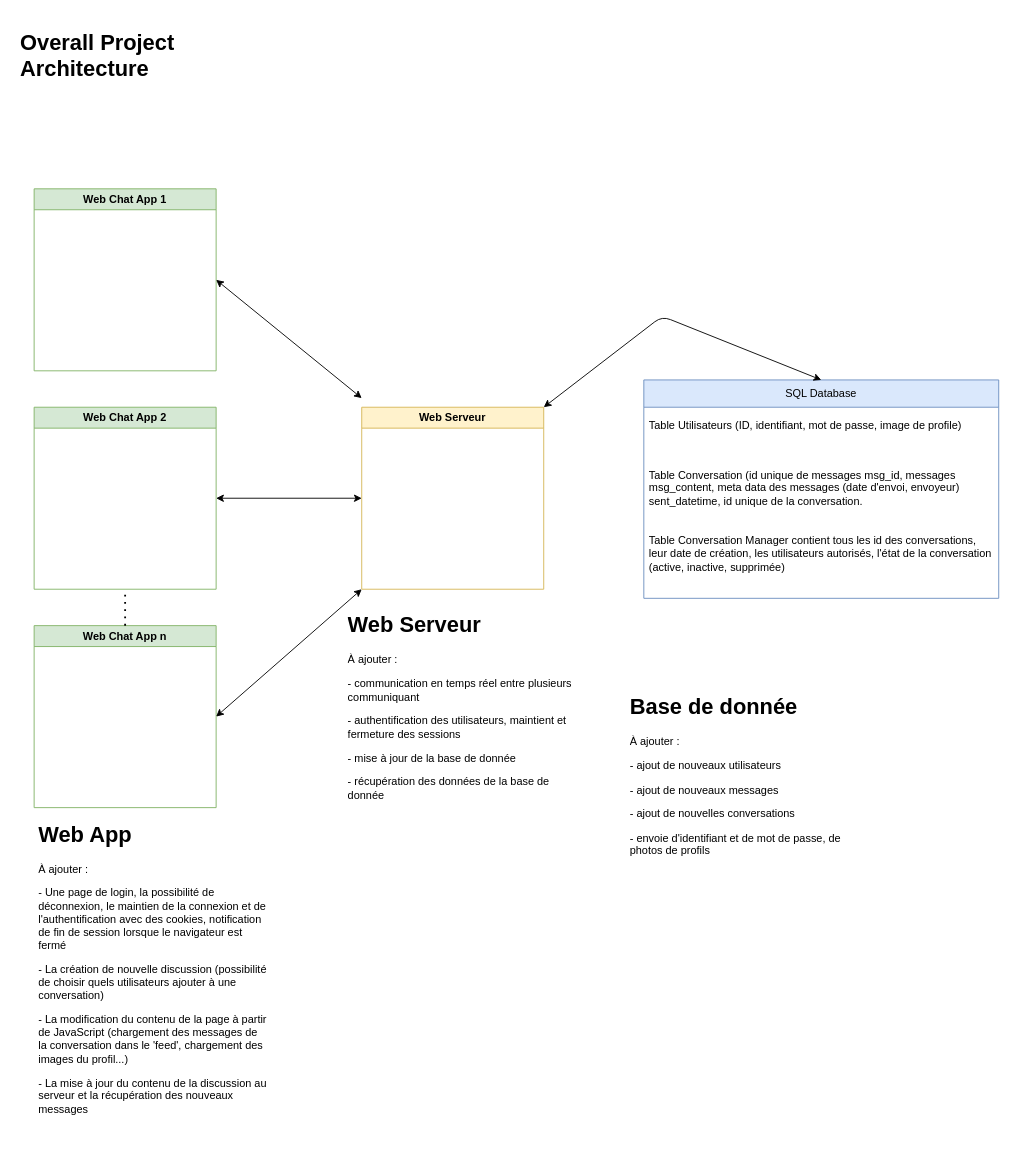
Before: MiniProjects/generalProjectArchitecture.drawio in Jibe7/2024-Chat-Application-Project, a draw.io diagram. Source tidied: cells renumbered, new cells numbered last; positions are measured from the earlier drawing's top-left corner, leaving out a move shared by most shapes. Both pictures are drawn from the tidied source at 91%, with x=0, y=0 at pixel (15, 25).
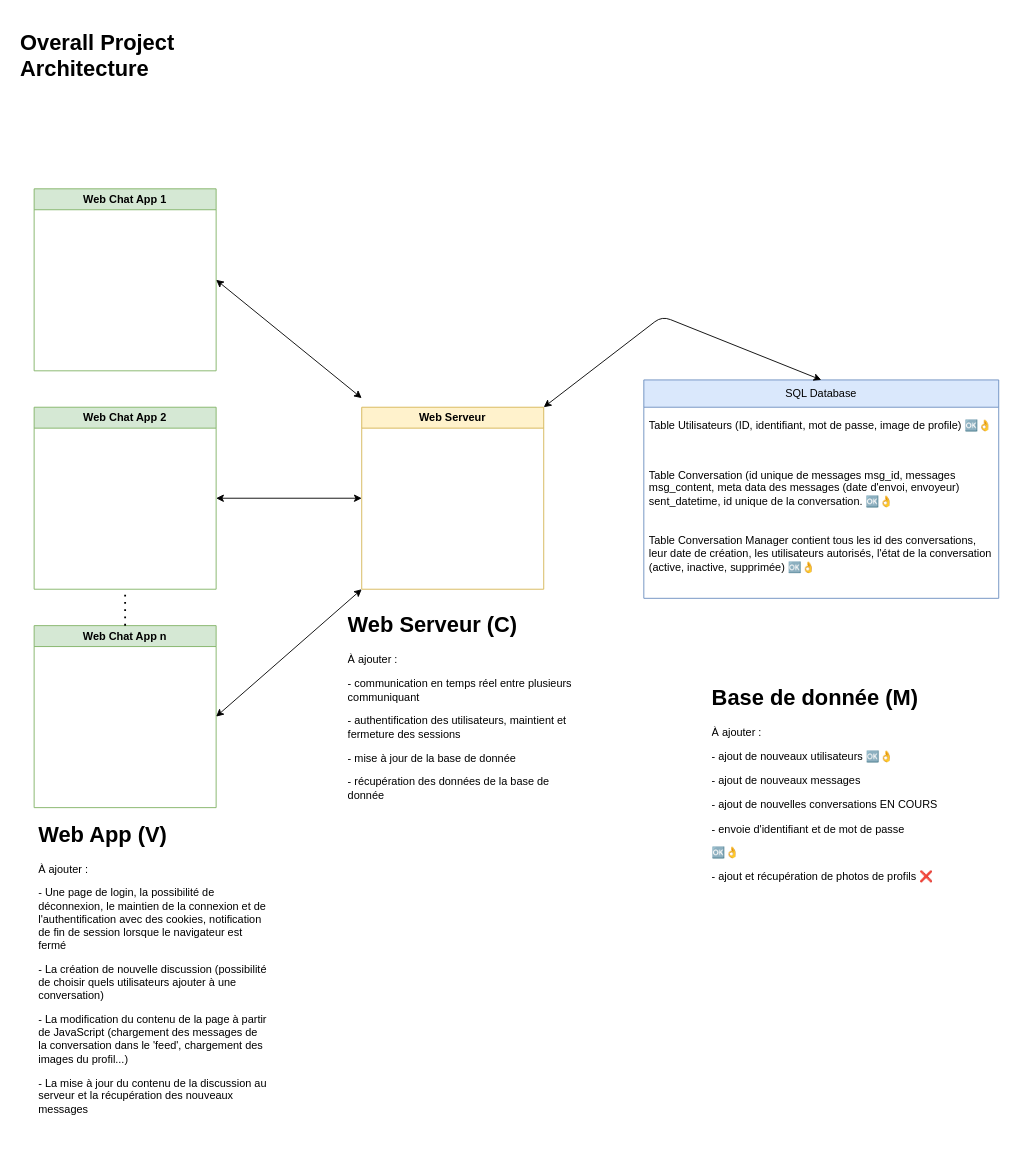
The same page after the edit.

Diff of the diagram source:
```diff
@@
 <mxGraphModel>
   <root>
     <mxCell id="0" />
     <mxCell id="1" parent="0" />
     <mxCell id="2" value="&lt;h1&gt;Overall Project Architecture&lt;br&gt;&lt;/h1&gt;" style="text;html=1;strokeColor=none;fillColor=none;spacing=5;spacingTop=-20;whiteSpace=wrap;overflow=hidden;rounded=0;" parent="1" vertex="1">
       <mxGeometry width="190" height="80" as="geometry" />
     </mxCell>
     <mxCell id="3" value="Web Chat App 1" style="swimlane;whiteSpace=wrap;html=1;fillColor=#d5e8d4;strokeColor=#82b366;" parent="1" vertex="1">
       <mxGeometry x="20" y="180" width="200" height="200" as="geometry" />
     </mxCell>
     <mxCell id="4" value="Web Chat App 2" style="swimlane;whiteSpace=wrap;html=1;fillColor=#d5e8d4;strokeColor=#82b366;" parent="1" vertex="1">
       <mxGeometry x="20" y="420" width="200" height="200" as="geometry" />
     </mxCell>
     <mxCell id="5" value="Web Chat App n" style="swimlane;whiteSpace=wrap;html=1;fillColor=#d5e8d4;strokeColor=#82b366;" parent="1" vertex="1">
       <mxGeometry x="20" y="660" width="200" height="200" as="geometry" />
     </mxCell>
     <mxCell id="6" value="Web Serveur" style="swimlane;horizontal=0;whiteSpace=wrap;html=1;rotation=90;fillColor=#fff2cc;strokeColor=#d6b656;" parent="1" vertex="1">
       <mxGeometry x="380" y="420" width="200" height="200" as="geometry" />
     </mxCell>
     <mxCell id="7" value="SQL Database" style="swimlane;fontStyle=0;horizontal=1;startSize=30;whiteSpace=wrap;html=1;fillColor=#dae8fc;strokeColor=#6c8ebf;" parent="1" vertex="1">
       <mxGeometry x="690" y="390" width="390" height="240" as="geometry" />
     </mxCell>
-    <mxCell id="8" value="Table Utilisateurs (ID, identifiant, mot de passe, image de profile)" style="text;strokeColor=none;fillColor=none;align=left;verticalAlign=middle;spacingLeft=4;spacingRight=4;overflow=hidden;whiteSpace=wrap;html=1;" parent="7" vertex="1">
+    <mxCell id="8" value="Table Utilisateurs (ID, identifiant, mot de passe, image de profile) 🆗👌" style="text;strokeColor=none;fillColor=none;align=left;verticalAlign=middle;spacingLeft=4;spacingRight=4;overflow=hidden;whiteSpace=wrap;html=1;" parent="7" vertex="1">
       <mxGeometry y="30" width="390" height="40" as="geometry" />
     </mxCell>
-    <mxCell id="9" value="Table Conversation (id unique de messages msg_id, messages msg_content, meta data des messages (date d'envoi, envoyeur) sent_datetime, id unique de la conversation.&lt;br&gt;&lt;br&gt;&lt;br&gt;Table Conversation Manager contient tous les id des conversations, leur date de création, les utilisateurs autorisés, l'état de la conversation (active, inactive, supprimée)" style="text;strokeColor=none;fillColor=none;align=left;verticalAlign=middle;spacingLeft=4;spacingRight=4;overflow=hidden;whiteSpace=wrap;html=1;" parent="7" vertex="1">
+    <mxCell id="9" value="Table Conversation (id unique de messages msg_id, messages msg_content, meta data des messages (date d'envoi, envoyeur) sent_datetime, id unique de la conversation. 🆗👌&lt;br&gt;&lt;br&gt;&lt;br&gt;Table Conversation Manager contient tous les id des conversations, leur date de création, les utilisateurs autorisés, l'état de la conversation (active, inactive, supprimée) 🆗👌" style="text;strokeColor=none;fillColor=none;align=left;verticalAlign=middle;spacingLeft=4;spacingRight=4;overflow=hidden;whiteSpace=wrap;html=1;" parent="7" vertex="1">
       <mxGeometry y="70" width="390" height="170" as="geometry" />
     </mxCell>
     <mxCell id="10" style="endArrow=classic;startArrow=classic;html=1;entryX=1;entryY=0.5;entryDx=0;entryDy=0;" parent="1" edge="1" target="3">
       <mxGeometry relative="1" as="geometry">
         <mxPoint x="380" y="410" as="sourcePoint" />
       </mxGeometry>
     </mxCell>
     <mxCell id="11" style="endArrow=classic;startArrow=classic;html=1;entryX=1;entryY=0.5;entryDx=0;entryDy=0;exitX=0.5;exitY=1;exitDx=0;exitDy=0;" parent="1" edge="1" source="6" target="4">
       <mxGeometry relative="1" as="geometry" />
     </mxCell>
     <mxCell id="12" style="endArrow=classic;startArrow=classic;html=1;entryX=1;entryY=0.5;entryDx=0;entryDy=0;exitX=1;exitY=1;exitDx=0;exitDy=0;" parent="1" edge="1" source="6" target="5">
       <mxGeometry relative="1" as="geometry" />
     </mxCell>
-    <mxCell id="13" value="&lt;h1&gt;Web App&lt;/h1&gt;&lt;p&gt;À ajouter :&lt;/p&gt;&lt;p&gt;- Une page de login, la possibilité de déconnexion, le maintien de la connexion et de l'authentification avec des cookies, notification de fin de session lorsque le navigateur est fermé&lt;/p&gt;&lt;p&gt;- La création de nouvelle discussion (possibilité de choisir quels utilisateurs ajouter à une conversation)&lt;/p&gt;&lt;p&gt;- La modification du contenu de la page à partir de JavaScript (chargement des messages de la conversation dans le 'feed', chargement des images du profil...)&lt;/p&gt;&lt;p&gt;- La mise à jour du contenu de la discussion au serveur et la récupération des nouveaux messages&amp;nbsp;&lt;/p&gt;" style="text;html=1;strokeColor=none;fillColor=none;spacing=5;spacingTop=-20;whiteSpace=wrap;overflow=hidden;rounded=0;" parent="1" vertex="1">
+    <mxCell id="13" value="&lt;h1&gt;Web App (V)&lt;/h1&gt;&lt;p&gt;À ajouter :&lt;/p&gt;&lt;p&gt;- Une page de login, la possibilité de déconnexion, le maintien de la connexion et de l'authentification avec des cookies, notification de fin de session lorsque le navigateur est fermé&lt;/p&gt;&lt;p&gt;- La création de nouvelle discussion (possibilité de choisir quels utilisateurs ajouter à une conversation)&lt;/p&gt;&lt;p&gt;- La modification du contenu de la page à partir de JavaScript (chargement des messages de la conversation dans le 'feed', chargement des images du profil...)&lt;/p&gt;&lt;p&gt;- La mise à jour du contenu de la discussion au serveur et la récupération des nouveaux messages&amp;nbsp;&lt;/p&gt;" style="text;html=1;strokeColor=none;fillColor=none;spacing=5;spacingTop=-20;whiteSpace=wrap;overflow=hidden;rounded=0;" parent="1" vertex="1">
       <mxGeometry x="20" y="870" width="260" height="350" as="geometry" />
     </mxCell>
     <mxCell id="14" style="endArrow=classic;startArrow=classic;html=1;exitX=0.5;exitY=0;exitDx=0;exitDy=0;entryX=0;entryY=0;entryDx=0;entryDy=0;" parent="1" edge="1" source="7" target="6">
       <mxGeometry relative="1" as="geometry">
         <Array as="points">
           <mxPoint x="710" y="320" />
         </Array>
       </mxGeometry>
     </mxCell>
-    <mxCell id="15" value="&lt;h1&gt;Web Serveur&lt;/h1&gt;&lt;p&gt;À ajouter :&lt;/p&gt;&lt;p&gt;- communication en temps réel entre plusieurs communiquant&lt;/p&gt;&lt;p&gt;- authentification des utilisateurs, maintient et fermeture des sessions&lt;/p&gt;&lt;p&gt;- mise à jour de la base de donnée&lt;/p&gt;&lt;p&gt;- récupération des données de la base de donnée&lt;/p&gt;" style="text;html=1;strokeColor=none;fillColor=none;spacing=5;spacingTop=-20;whiteSpace=wrap;overflow=hidden;rounded=0;" parent="1" vertex="1">
+    <mxCell id="15" value="&lt;h1&gt;Web Serveur (C)&lt;/h1&gt;&lt;p&gt;À ajouter :&lt;/p&gt;&lt;p&gt;- communication en temps réel entre plusieurs communiquant&lt;/p&gt;&lt;p&gt;- authentification des utilisateurs, maintient et fermeture des sessions&lt;/p&gt;&lt;p&gt;- mise à jour de la base de donnée&lt;/p&gt;&lt;p&gt;- récupération des données de la base de donnée&lt;/p&gt;" style="text;html=1;strokeColor=none;fillColor=none;spacing=5;spacingTop=-20;whiteSpace=wrap;overflow=hidden;rounded=0;" parent="1" vertex="1">
       <mxGeometry x="360" y="640" width="260" height="240" as="geometry" />
     </mxCell>
-    <mxCell id="16" value="&lt;h1&gt;Base de donnée&lt;/h1&gt;&lt;p&gt;À ajouter :&lt;/p&gt;&lt;p&gt;- ajout de nouveaux utilisateurs&amp;nbsp;&lt;/p&gt;&lt;p&gt;- ajout de nouveaux messages&lt;/p&gt;&lt;p&gt;- ajout de nouvelles conversations&lt;/p&gt;&lt;p&gt;- envoie d'identifiant et de mot de passe, de photos de profils&lt;/p&gt;" style="text;html=1;strokeColor=none;fillColor=none;spacing=5;spacingTop=-20;whiteSpace=wrap;overflow=hidden;rounded=0;" parent="1" vertex="1">
-      <mxGeometry x="670" y="730" width="260" height="240" as="geometry" />
+    <mxCell id="16" value="&lt;h1&gt;Base de donnée (M)&lt;/h1&gt;&lt;p&gt;À ajouter :&lt;/p&gt;&lt;p&gt;- ajout de nouveaux utilisateurs 🆗👌&lt;/p&gt;&lt;p&gt;- ajout de nouveaux messages&amp;nbsp;&lt;/p&gt;&lt;p&gt;- ajout de nouvelles conversations EN COURS&lt;/p&gt;&lt;p&gt;- envoie d'identifiant et de mot de passe&amp;nbsp;&lt;/p&gt;🆗👌&lt;p&gt;- ajout et récupération de photos de profils ❌&amp;nbsp;&lt;/p&gt;" style="text;html=1;strokeColor=none;fillColor=none;spacing=5;spacingTop=-20;whiteSpace=wrap;overflow=hidden;rounded=0;" parent="1" vertex="1">
+      <mxGeometry x="760" y="720" width="260" height="240" as="geometry" />
     </mxCell>
     <mxCell id="17" style="endArrow=none;dashed=1;html=1;dashPattern=1 3;strokeWidth=2;entryX=0.5;entryY=1;entryDx=0;entryDy=0;exitX=0.5;exitY=0;exitDx=0;exitDy=0;" parent="1" edge="1" source="5" target="4">
       <mxGeometry relative="1" as="geometry" />
     </mxCell>
   </root>
 </mxGraphModel>
```
